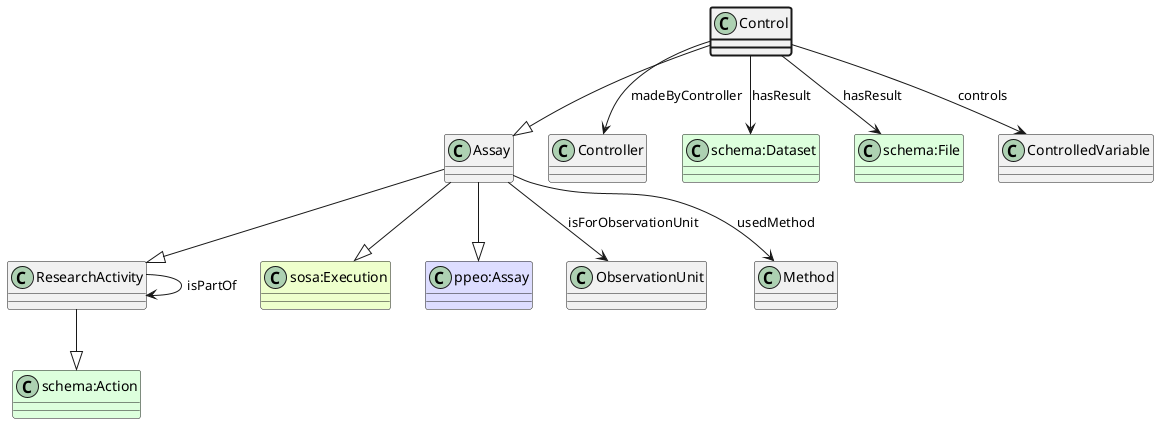
Earlier version of the PlantUML export ttl_uml/ttl_appn_Control.png (aus-plant-phenomics-network/appn-schema).
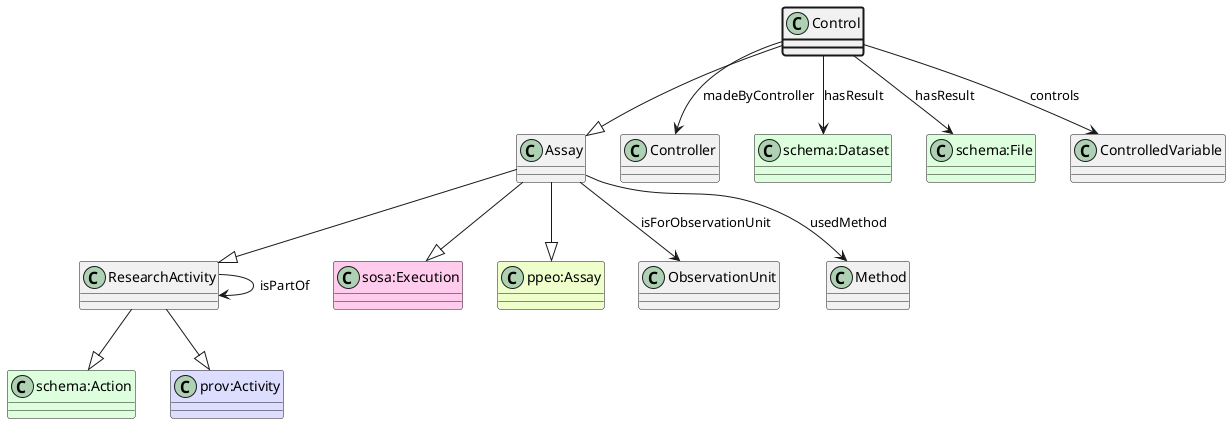
Above is the later version.

The edit, as a diff of the source:
```diff
@@ -4,10 +4,12 @@
 class ResearchActivity
 class "schema:Action" #DDFFDD
 ResearchActivity --|> "schema:Action"
+class "prov:Activity" #DDDDFF
+ResearchActivity --|> "prov:Activity"
 Assay --|> ResearchActivity
-class "sosa:Execution" #EEFFCC
+class "sosa:Execution" #FFCCEE
 Assay --|> "sosa:Execution"
-class "ppeo:Assay" #DDDDFF
+class "ppeo:Assay" #EEFFCC
 Assay --|> "ppeo:Assay"
 Control --|> Assay
 class Controller
```
